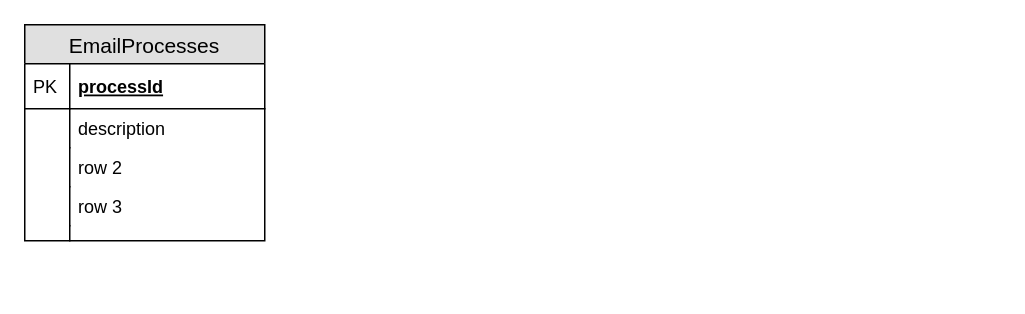
Earlier version of the draw.io diagram Untitled Diagram.drawio (eyallit/draw.io). Source tidied: cells renumbered, new cells numbered last; positions are measured from the earlier drawing's top-left corner, leaving out a move shared by most shapes. Both pictures are drawn from the tidied source at 150%, with x=0, y=0 at pixel (24, 24).
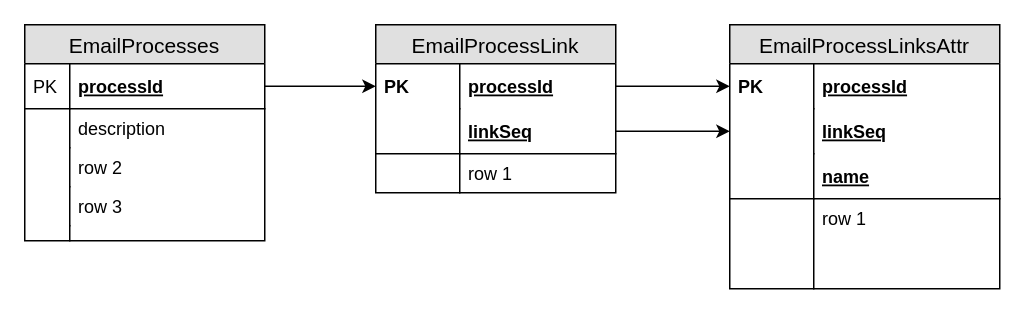
The same page after the edit.

Unchanged cells that the change refers to:
```xml
<mxCell id="3" value="processId" style="shape=partialRectangle;top=0;left=0;right=0;bottom=1;align=left;verticalAlign=middle;fillColor=none;spacingLeft=34;spacingRight=4;overflow=hidden;points=[[0,0.5],[1,0.5]];portConstraint=eastwest;fontStyle=5;fontSize=12;" parent="2" vertex="1">
  <mxGeometry y="26" width="160" height="30" as="geometry" />
</mxCell>
```

Change to the diagram source:
```diff
@@
+    <mxCell id="13" value="EmailProcessLink" style="swimlane;fontStyle=0;horizontal=1;startSize=26;fillColor=#e0e0e0;swimlaneFillColor=#ffffff;align=center;fontSize=14;" parent="1" vertex="1">
+      <mxGeometry x="234" width="160" height="112" as="geometry" />
+    </mxCell>
+    <mxCell id="14" value="processId" style="shape=partialRectangle;top=0;left=0;right=0;bottom=0;align=left;verticalAlign=middle;fillColor=none;spacingLeft=60;spacingRight=4;overflow=hidden;points=[[0,0.5],[1,0.5]];portConstraint=eastwest;fontStyle=5;fontSize=12;" parent="13" vertex="1">
+      <mxGeometry y="26" width="160" height="30" as="geometry" />
+    </mxCell>
+    <mxCell id="15" value="PK" style="shape=partialRectangle;fontStyle=1;top=0;left=0;bottom=0;fillColor=none;align=left;verticalAlign=middle;spacingLeft=4;spacingRight=4;overflow=hidden;fontSize=12;" parent="14" vertex="1">
+      <mxGeometry width="56" height="30" as="geometry" />
+    </mxCell>
+    <mxCell id="16" value="linkSeq" style="shape=partialRectangle;top=0;left=0;right=0;bottom=1;align=left;verticalAlign=middle;fillColor=none;spacingLeft=60;spacingRight=4;overflow=hidden;points=[[0,0.5],[1,0.5]];portConstraint=eastwest;fontStyle=5;fontSize=12;" parent="13" vertex="1">
+      <mxGeometry y="56" width="160" height="30" as="geometry" />
+    </mxCell>
+    <mxCell id="17" style="shape=partialRectangle;fontStyle=1;top=0;left=0;bottom=0;fillColor=none;align=left;verticalAlign=middle;spacingLeft=4;spacingRight=4;overflow=hidden;fontSize=12;" parent="16" vertex="1">
+      <mxGeometry width="56" height="30" as="geometry" />
+    </mxCell>
+    <mxCell id="18" value="row 1" style="shape=partialRectangle;top=0;left=0;right=0;bottom=0;align=left;verticalAlign=top;fillColor=none;spacingLeft=60;spacingRight=4;overflow=hidden;fontSize=12;" parent="13" vertex="1">
+      <mxGeometry y="86" width="160" height="26" as="geometry" />
+    </mxCell>
+    <mxCell id="19" style="shape=partialRectangle;top=0;left=0;bottom=0;fillColor=none;align=left;verticalAlign=top;spacingLeft=4;spacingRight=4;overflow=hidden;fontSize=12;" parent="18" vertex="1">
+      <mxGeometry width="56" height="26" as="geometry" />
+    </mxCell>
+    <mxCell id="20" style="edgeStyle=orthogonalEdgeStyle;rounded=0;jettySize=auto;html=1;" parent="1" edge="1" source="3" target="14">
+      <mxGeometry relative="1" as="geometry" />
+    </mxCell>
+    <mxCell id="21" value="EmailProcessLinksAttr" style="swimlane;fontStyle=0;horizontal=1;startSize=26;fillColor=#e0e0e0;swimlaneFillColor=#ffffff;align=center;fontSize=14;" parent="1" vertex="1">
+      <mxGeometry x="470" width="180" height="176" as="geometry" />
+    </mxCell>
+    <mxCell id="22" value="processId" style="shape=partialRectangle;top=0;left=0;right=0;bottom=0;align=left;verticalAlign=middle;fillColor=none;spacingLeft=60;spacingRight=4;overflow=hidden;points=[[0,0.5],[1,0.5]];portConstraint=eastwest;fontStyle=5;fontSize=12;" parent="21" vertex="1">
+      <mxGeometry y="26" width="180" height="30" as="geometry" />
+    </mxCell>
+    <mxCell id="23" value="PK" style="shape=partialRectangle;fontStyle=1;top=0;left=0;bottom=0;fillColor=none;align=left;verticalAlign=middle;spacingLeft=4;spacingRight=4;overflow=hidden;fontSize=12;" parent="22" vertex="1">
+      <mxGeometry width="56" height="30" as="geometry" />
+    </mxCell>
+    <mxCell id="24" value="linkSeq" style="shape=partialRectangle;top=0;left=0;right=0;bottom=1;align=left;verticalAlign=middle;fillColor=none;spacingLeft=60;spacingRight=4;overflow=hidden;points=[[0,0.5],[1,0.5]];portConstraint=eastwest;fontStyle=5;fontSize=12;strokeColor=none;" parent="21" vertex="1">
+      <mxGeometry y="56" width="180" height="30" as="geometry" />
+    </mxCell>
+    <mxCell id="25" style="shape=partialRectangle;fontStyle=1;top=0;left=0;bottom=0;fillColor=none;align=left;verticalAlign=middle;spacingLeft=4;spacingRight=4;overflow=hidden;fontSize=12;" parent="24" vertex="1">
+      <mxGeometry width="56" height="30" as="geometry" />
+    </mxCell>
+    <mxCell id="26" value="name" style="shape=partialRectangle;top=0;left=0;right=0;bottom=1;align=left;verticalAlign=middle;fillColor=none;spacingLeft=60;spacingRight=4;overflow=hidden;fontStyle=5;fontSize=12;strokeColor=#000000;" parent="21" vertex="1">
+      <mxGeometry y="86" width="180" height="30" as="geometry" />
+    </mxCell>
+    <mxCell id="27" style="shape=partialRectangle;fontStyle=1;top=0;left=0;bottom=0;fillColor=none;align=left;verticalAlign=middle;spacingLeft=4;spacingRight=4;overflow=hidden;fontSize=12;" parent="26" vertex="1">
+      <mxGeometry width="56" height="30" as="geometry" />
+    </mxCell>
+    <mxCell id="28" value="row 1" style="shape=partialRectangle;top=0;left=0;right=0;bottom=0;align=left;verticalAlign=top;fillColor=none;spacingLeft=60;spacingRight=4;overflow=hidden;fontSize=12;" parent="21" vertex="1">
+      <mxGeometry y="116" width="180" height="60" as="geometry" />
+    </mxCell>
+    <mxCell id="29" style="shape=partialRectangle;top=0;left=0;bottom=0;fillColor=none;align=left;verticalAlign=top;spacingLeft=4;spacingRight=4;overflow=hidden;fontSize=12;" parent="28" vertex="1">
+      <mxGeometry width="56" height="60" as="geometry" />
+    </mxCell>
+    <mxCell id="30" style="edgeStyle=orthogonalEdgeStyle;rounded=0;jettySize=auto;html=1;" parent="1" edge="1" source="14" target="22">
+      <mxGeometry relative="1" as="geometry" />
+    </mxCell>
+    <mxCell id="31" style="edgeStyle=orthogonalEdgeStyle;rounded=0;jettySize=auto;html=1;" parent="1" edge="1" source="16" target="24">
+      <mxGeometry relative="1" as="geometry" />
+    </mxCell>
```
